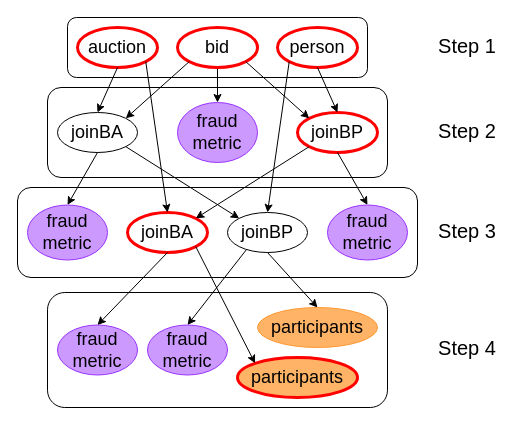
This is 2021/calco-dbpl/images/generation.drawio from flame-stream/Papers, a draw.io file, before an edit. Source tidied: cells renumbered, new cells numbered last; positions are measured from the earlier drawing's top-left corner, leaving out a move shared by most shapes. Both pictures are drawn from the tidied source at 100%, with x=0, y=0 at pixel (17, 17).
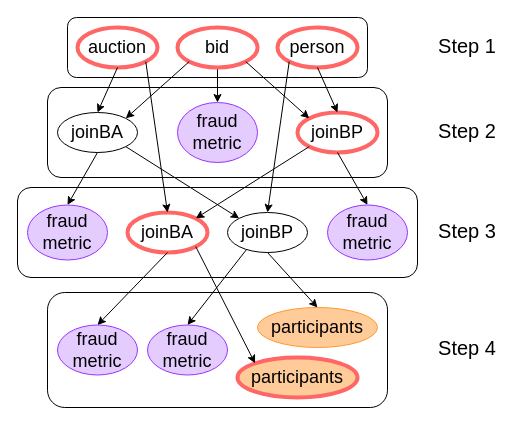
The same page after the edit.

Change to the diagram source:
```diff
@@
-    <mxCell id="6" value="&lt;font style=&quot;font-size: 18px&quot;&gt;auction&lt;/font&gt;" style="ellipse;whiteSpace=wrap;html=1;strokeWidth=3;strokeColor=#FF0000;" parent="1" vertex="1">
+    <mxCell id="6" value="&lt;font style=&quot;font-size: 18px&quot;&gt;auction&lt;/font&gt;" style="ellipse;whiteSpace=wrap;html=1;strokeWidth=4;strokeColor=#FF6666;" parent="1" vertex="1">
       <mxGeometry x="60" y="10" width="80" height="40" as="geometry" />
     </mxCell>
@@
-    <mxCell id="8" value="&lt;font style=&quot;font-size: 18px&quot;&gt;bid&lt;/font&gt;" style="ellipse;whiteSpace=wrap;html=1;strokeWidth=3;strokeColor=#FF0000;" parent="1" vertex="1">
+    <mxCell id="8" value="&lt;font style=&quot;font-size: 18px&quot;&gt;bid&lt;/font&gt;" style="ellipse;whiteSpace=wrap;html=1;strokeWidth=4;strokeColor=#FF6666;" parent="1" vertex="1">
       <mxGeometry x="160" y="10" width="80" height="40" as="geometry" />
     </mxCell>
-    <mxCell id="9" value="&lt;font style=&quot;font-size: 18px&quot;&gt;person&lt;/font&gt;" style="ellipse;whiteSpace=wrap;html=1;strokeWidth=3;strokeColor=#FF0000;" parent="1" vertex="1">
+    <mxCell id="9" value="&lt;font style=&quot;font-size: 18px&quot;&gt;person&lt;/font&gt;" style="ellipse;whiteSpace=wrap;html=1;strokeWidth=4;strokeColor=#FF6666;" parent="1" vertex="1">
       <mxGeometry x="260" y="10" width="80" height="40" as="geometry" />
     </mxCell>
@@
-    <mxCell id="11" value="&lt;font style=&quot;font-size: 18px&quot;&gt;fraud metric&lt;/font&gt;" style="ellipse;whiteSpace=wrap;html=1;fillColor=#CC99FF;strokeColor=#9933FF;" parent="1" vertex="1">
+    <mxCell id="11" value="&lt;font style=&quot;font-size: 18px&quot;&gt;fraud metric&lt;/font&gt;" style="ellipse;whiteSpace=wrap;html=1;strokeColor=#9933FF;fillColor=#E5CCFF;" parent="1" vertex="1">
       <mxGeometry x="160" y="85" width="80" height="60" as="geometry" />
     </mxCell>
-    <mxCell id="12" value="&lt;font style=&quot;font-size: 18px&quot;&gt;participants&lt;/font&gt;" style="ellipse;whiteSpace=wrap;html=1;fillColor=#FFB366;strokeColor=#FF9933;" parent="1" vertex="1">
+    <mxCell id="12" value="&lt;font style=&quot;font-size: 18px&quot;&gt;participants&lt;/font&gt;" style="ellipse;whiteSpace=wrap;html=1;strokeColor=#FF9933;fillColor=#FFCC99;" parent="1" vertex="1">
       <mxGeometry x="240" y="290" width="120" height="40" as="geometry" />
     </mxCell>
-    <mxCell id="13" value="&lt;font style=&quot;font-size: 18px&quot;&gt;joinBP&lt;/font&gt;" style="ellipse;whiteSpace=wrap;html=1;fillColor=#FFFFFF;strokeWidth=3;strokeColor=#FF0000;" parent="1" vertex="1">
+    <mxCell id="13" value="&lt;font style=&quot;font-size: 18px&quot;&gt;joinBP&lt;/font&gt;" style="ellipse;whiteSpace=wrap;html=1;fillColor=#FFFFFF;strokeWidth=4;strokeColor=#FF6666;" parent="1" vertex="1">
       <mxGeometry x="280" y="95" width="80" height="40" as="geometry" />
     </mxCell>
-    <mxCell id="14" value="&lt;font style=&quot;font-size: 18px&quot;&gt;fraud metric&lt;/font&gt;" style="ellipse;whiteSpace=wrap;html=1;fillColor=#CC99FF;strokeColor=#9933FF;" parent="1" vertex="1">
+    <mxCell id="14" value="&lt;font style=&quot;font-size: 18px&quot;&gt;fraud metric&lt;/font&gt;" style="ellipse;whiteSpace=wrap;html=1;strokeColor=#9933FF;fillColor=#E5CCFF;" parent="1" vertex="1">
       <mxGeometry x="10" y="187.5" width="80" height="55" as="geometry" />
     </mxCell>
-    <mxCell id="15" value="&lt;font style=&quot;font-size: 18px&quot;&gt;fraud metric&lt;/font&gt;" style="ellipse;whiteSpace=wrap;html=1;fillColor=#CC99FF;strokeColor=#9933FF;" parent="1" vertex="1">
+    <mxCell id="15" value="&lt;font style=&quot;font-size: 18px&quot;&gt;fraud metric&lt;/font&gt;" style="ellipse;whiteSpace=wrap;html=1;strokeColor=#9933FF;fillColor=#E5CCFF;" parent="1" vertex="1">
       <mxGeometry x="310" y="187.5" width="80" height="55" as="geometry" />
     </mxCell>
-    <mxCell id="16" value="&lt;font style=&quot;font-size: 18px&quot;&gt;fraud metric&lt;/font&gt;" style="ellipse;whiteSpace=wrap;html=1;fillColor=#CC99FF;strokeColor=#9933FF;" parent="1" vertex="1">
+    <mxCell id="16" value="&lt;font style=&quot;font-size: 18px&quot;&gt;fraud metric&lt;/font&gt;" style="ellipse;whiteSpace=wrap;html=1;strokeColor=#9933FF;fillColor=#E5CCFF;" parent="1" vertex="1">
       <mxGeometry x="40" y="307.5" width="80" height="50" as="geometry" />
     </mxCell>
@@
-    <mxCell id="20" value="&lt;font style=&quot;font-size: 18px&quot;&gt;joinBA&lt;/font&gt;" style="ellipse;whiteSpace=wrap;html=1;fillColor=#FFFFFF;strokeWidth=3;strokeColor=#FF0000;" parent="1" vertex="1">
+    <mxCell id="20" value="&lt;font style=&quot;font-size: 18px&quot;&gt;joinBA&lt;/font&gt;" style="ellipse;whiteSpace=wrap;html=1;fillColor=#FFFFFF;strokeWidth=4;strokeColor=#FF6666;" parent="1" vertex="1">
       <mxGeometry x="110" y="195" width="80" height="40" as="geometry" />
     </mxCell>
@@
-    <mxCell id="31" value="&lt;font style=&quot;font-size: 18px&quot;&gt;participants&lt;/font&gt;" style="ellipse;whiteSpace=wrap;html=1;fillColor=#FFB366;strokeWidth=3;strokeColor=#FF0000;" parent="1" vertex="1">
+    <mxCell id="31" value="&lt;font style=&quot;font-size: 18px&quot;&gt;participants&lt;/font&gt;" style="ellipse;whiteSpace=wrap;html=1;strokeWidth=4;fillColor=#FFCC99;strokeColor=#FF6666;" parent="1" vertex="1">
       <mxGeometry x="220" y="340" width="120" height="40" as="geometry" />
     </mxCell>
@@
-    <mxCell id="33" value="&lt;font style=&quot;font-size: 18px&quot;&gt;fraud metric&lt;/font&gt;" style="ellipse;whiteSpace=wrap;html=1;fillColor=#CC99FF;strokeColor=#9933FF;" parent="1" vertex="1">
+    <mxCell id="33" value="&lt;font style=&quot;font-size: 18px&quot;&gt;fraud metric&lt;/font&gt;" style="ellipse;whiteSpace=wrap;html=1;strokeColor=#9933FF;fillColor=#E5CCFF;" parent="1" vertex="1">
       <mxGeometry x="130" y="307.5" width="80" height="50" as="geometry" />
     </mxCell>
```
